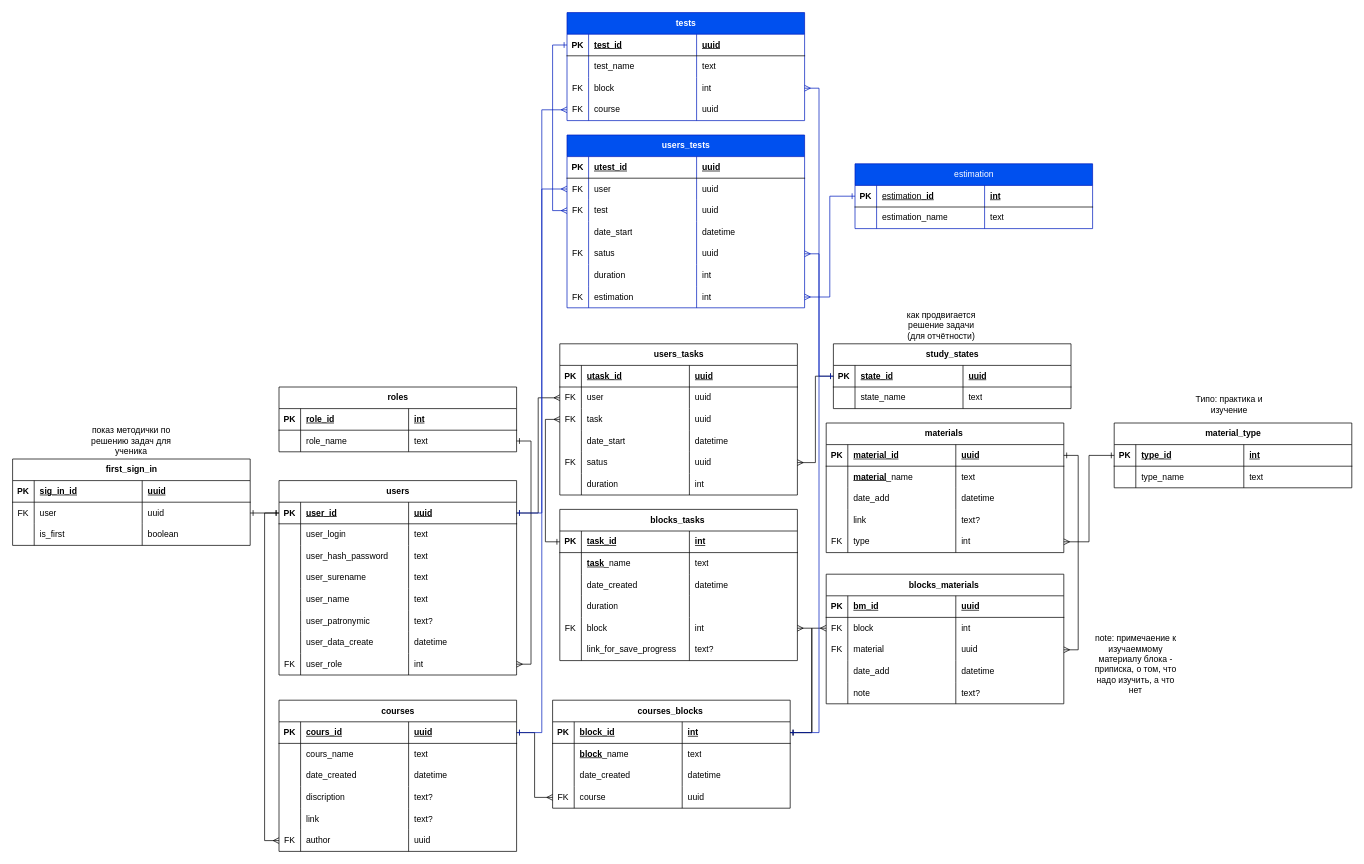
RangPinck/study_1c keeps this draw.io diagram as database/scheme/database_diagram.drawio. Above is the earlier version. Source tidied: cells renumbered, new cells numbered last; positions are measured from the earlier drawing's top-left corner, leaving out a move shared by most shapes. Both pictures are drawn from the tidied source at 72%, with x=0, y=0 at pixel (12, 12).
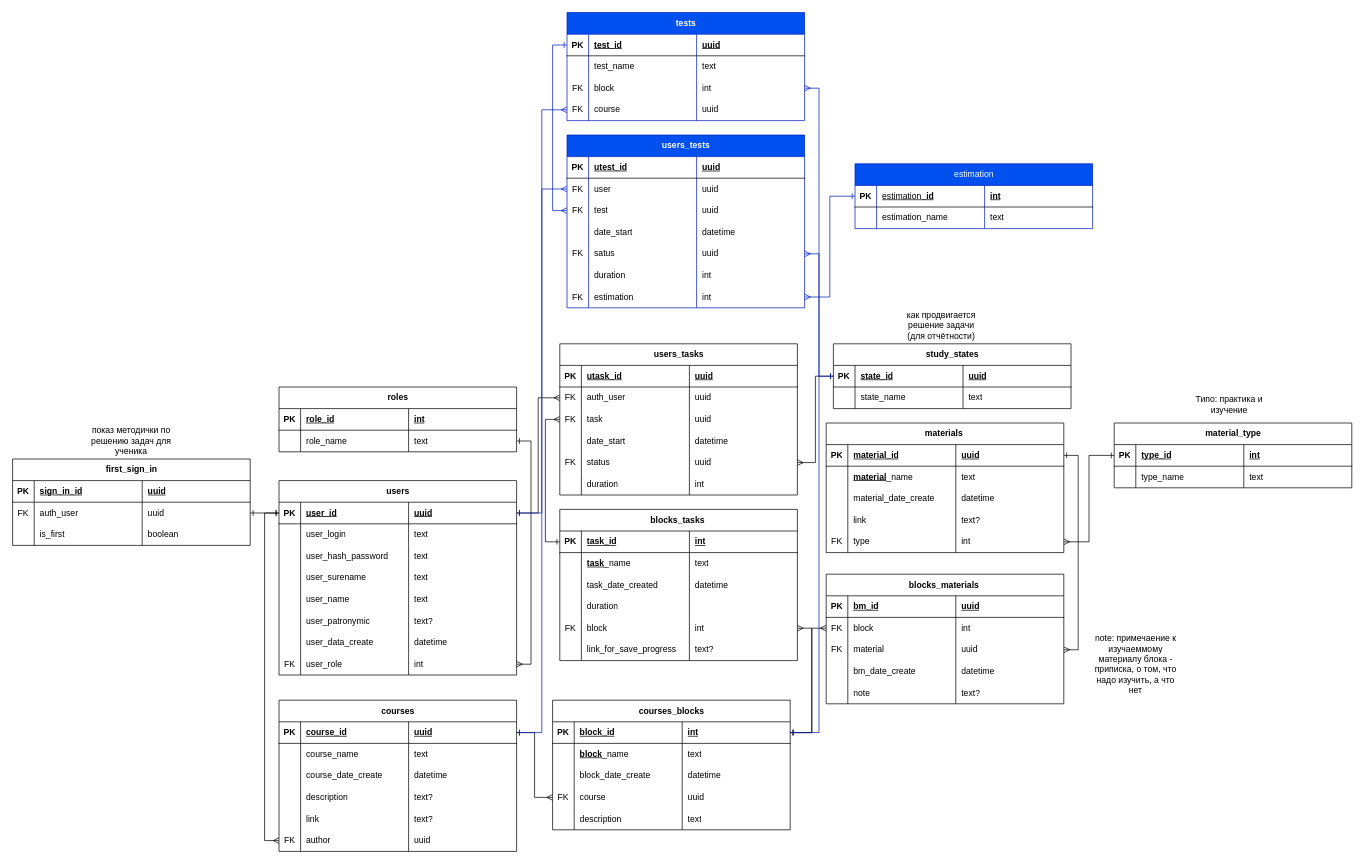
The same page after the edit.

The change refers to these unchanged cells:
```xml
<mxCell id="46" style="shape=tableRow;horizontal=0;startSize=0;swimlaneHead=0;swimlaneBody=0;fillColor=none;top=0;left=0;right=0;bottom=1;" parent="45" vertex="1">
  <mxGeometry y="30" width="330" height="30" as="geometry" />
</mxCell>
<mxCell id="50" style="shape=tableRow;horizontal=0;startSize=0;swimlaneHead=0;swimlaneBody=0;fillColor=none;points=[[0,0.5],[1,0.5]];portConstraint=eastwest;top=0;left=0;right=0;bottom=0;" parent="45" vertex="1">
  <mxGeometry y="60" width="330" height="30" as="geometry" />
</mxCell>
<mxCell id="69" style="shape=tableRow;horizontal=0;startSize=0;swimlaneHead=0;swimlaneBody=0;fillColor=none;points=[[0,0.5],[1,0.5]];portConstraint=eastwest;top=0;left=0;right=0;bottom=1;" parent="68" vertex="1">
  <mxGeometry y="30" width="330" height="30" as="geometry" />
</mxCell>
<mxCell id="73" style="shape=tableRow;horizontal=0;startSize=0;swimlaneHead=0;swimlaneBody=0;fillColor=none;top=0;left=0;right=0;bottom=0;" parent="68" vertex="1">
  <mxGeometry y="60" width="330" height="30" as="geometry" />
</mxCell>
<mxCell id="77" style="shape=tableRow;horizontal=0;startSize=0;swimlaneHead=0;swimlaneBody=0;fillColor=none;top=0;left=0;right=0;bottom=0;" parent="68" vertex="1">
  <mxGeometry y="90" width="330" height="30" as="geometry" />
</mxCell>
<mxCell id="81" style="shape=tableRow;horizontal=0;startSize=0;swimlaneHead=0;swimlaneBody=0;fillColor=none;top=0;left=0;right=0;bottom=0;" parent="68" vertex="1">
  <mxGeometry y="120" width="330" height="30" as="geometry" />
</mxCell>
<mxCell id="102" style="shape=tableRow;horizontal=0;startSize=0;swimlaneHead=0;swimlaneBody=0;fillColor=none;top=0;left=0;right=0;bottom=0;" parent="93" vertex="1">
  <mxGeometry y="90" width="330" height="30" as="geometry" />
</mxCell>
<mxCell id="120" style="shape=tableRow;horizontal=0;startSize=0;swimlaneHead=0;swimlaneBody=0;fillColor=none;top=0;left=0;right=0;bottom=0;" parent="111" vertex="1">
  <mxGeometry y="90" width="330" height="30" as="geometry" />
</mxCell>
<mxCell id="146" style="shape=tableRow;horizontal=0;startSize=0;swimlaneHead=0;swimlaneBody=0;fillColor=none;top=0;left=0;right=0;bottom=0;" parent="137" vertex="1">
  <mxGeometry y="90" width="330" height="30" as="geometry" />
</mxCell>
<mxCell id="171" style="shape=tableRow;horizontal=0;startSize=0;swimlaneHead=0;swimlaneBody=0;fillColor=none;top=0;left=0;right=0;bottom=0;" parent="158" vertex="1">
  <mxGeometry y="120" width="330" height="30" as="geometry" />
</mxCell>
<mxCell id="199" style="shape=tableRow;horizontal=0;startSize=0;swimlaneHead=0;swimlaneBody=0;fillColor=none;points=[[0,0.5],[1,0.5]];portConstraint=eastwest;top=0;left=0;right=0;bottom=0;" parent="194" vertex="1">
  <mxGeometry y="60" width="330" height="30" as="geometry" />
</mxCell>
<mxCell id="211" style="shape=tableRow;horizontal=0;startSize=0;swimlaneHead=0;swimlaneBody=0;fillColor=none;points=[[0,0.5],[1,0.5]];portConstraint=eastwest;top=0;left=0;right=0;bottom=0;" parent="194" vertex="1">
  <mxGeometry y="150" width="330" height="30" as="geometry" />
</mxCell>
```

The edit, as a diff of the source:
```diff
@@
-    <mxCell id="48" value="sig_in_id" style="shape=partialRectangle;fillColor=none;top=0;left=0;bottom=0;right=0;align=left;spacingLeft=6;fontStyle=5;overflow=hidden;whiteSpace=wrap;html=1;" parent="46" vertex="1">
+    <mxCell id="48" value="sign_in_id" style="shape=partialRectangle;fillColor=none;top=0;left=0;bottom=0;right=0;align=left;spacingLeft=6;fontStyle=5;overflow=hidden;whiteSpace=wrap;html=1;" parent="46" vertex="1">
       <mxGeometry x="30" width="150" height="30" as="geometry" />
     </mxCell>
@@
-    <mxCell id="52" value="user" style="shape=partialRectangle;fillColor=none;top=0;left=0;bottom=0;right=0;align=left;spacingLeft=6;overflow=hidden;whiteSpace=wrap;html=1;" parent="50" vertex="1">
+    <mxCell id="52" value="auth_user" style="shape=partialRectangle;fillColor=none;top=0;left=0;bottom=0;right=0;align=left;spacingLeft=6;overflow=hidden;whiteSpace=wrap;html=1;" parent="50" vertex="1">
       <mxGeometry x="30" width="150" height="30" as="geometry" />
     </mxCell>
@@
-    <mxCell id="71" value="cours_id" style="shape=partialRectangle;fillColor=none;top=0;left=0;bottom=0;right=0;align=left;spacingLeft=6;fontStyle=5;overflow=hidden;whiteSpace=wrap;html=1;" parent="69" vertex="1">
+    <mxCell id="71" value="course_id" style="shape=partialRectangle;fillColor=none;top=0;left=0;bottom=0;right=0;align=left;spacingLeft=6;fontStyle=5;overflow=hidden;whiteSpace=wrap;html=1;" parent="69" vertex="1">
       <mxGeometry x="30" width="150" height="30" as="geometry" />
     </mxCell>
@@
-    <mxCell id="75" value="cours_name" style="shape=partialRectangle;fillColor=none;top=0;left=0;bottom=0;right=0;align=left;spacingLeft=6;overflow=hidden;whiteSpace=wrap;html=1;" parent="73" vertex="1">
+    <mxCell id="75" value="course_name" style="shape=partialRectangle;fillColor=none;top=0;left=0;bottom=0;right=0;align=left;spacingLeft=6;overflow=hidden;whiteSpace=wrap;html=1;" parent="73" vertex="1">
       <mxGeometry x="30" width="150" height="30" as="geometry" />
     </mxCell>
@@
-    <mxCell id="79" value="date_created" style="shape=partialRectangle;fillColor=none;top=0;left=0;bottom=0;right=0;align=left;spacingLeft=6;overflow=hidden;whiteSpace=wrap;html=1;" parent="77" vertex="1">
+    <mxCell id="79" value="course_date_create" style="shape=partialRectangle;fillColor=none;top=0;left=0;bottom=0;right=0;align=left;spacingLeft=6;overflow=hidden;whiteSpace=wrap;html=1;" parent="77" vertex="1">
       <mxGeometry x="30" width="150" height="30" as="geometry" />
     </mxCell>
@@
-    <mxCell id="83" value="discription" style="shape=partialRectangle;fillColor=none;top=0;left=0;bottom=0;right=0;align=left;spacingLeft=6;overflow=hidden;whiteSpace=wrap;html=1;" parent="81" vertex="1">
+    <mxCell id="83" value="description" style="shape=partialRectangle;fillColor=none;top=0;left=0;bottom=0;right=0;align=left;spacingLeft=6;overflow=hidden;whiteSpace=wrap;html=1;" parent="81" vertex="1">
       <mxGeometry x="30" width="150" height="30" as="geometry" />
     </mxCell>
@@
-    <mxCell id="93" value="courses_blocks&amp;nbsp;" style="shape=table;startSize=30;childLayout=tableLayout;rowLines=0;fontStyle=1;align=center;html=1;" parent="1" vertex="1">
-      <mxGeometry x="750" y="955" width="330" height="150" as="geometry" />
+    <mxCell id="93" value="courses_blocks" style="shape=table;startSize=30;childLayout=tableLayout;rowLines=0;fontStyle=1;align=center;html=1;" parent="1" vertex="1">
+      <mxGeometry x="750" y="955" width="330" height="180" as="geometry" />
     </mxCell>
@@
-    <mxCell id="104" value="date_created" style="shape=partialRectangle;fillColor=none;top=0;left=0;bottom=0;right=0;align=left;spacingLeft=6;overflow=hidden;whiteSpace=wrap;html=1;" parent="102" vertex="1">
+    <mxCell id="104" value="block_date_create" style="shape=partialRectangle;fillColor=none;top=0;left=0;bottom=0;right=0;align=left;spacingLeft=6;overflow=hidden;whiteSpace=wrap;html=1;" parent="102" vertex="1">
       <mxGeometry x="30" width="150" height="30" as="geometry" />
     </mxCell>
@@
+    <mxCell id="285" style="shape=tableRow;horizontal=0;startSize=0;swimlaneHead=0;swimlaneBody=0;fillColor=none;top=0;left=0;right=0;bottom=0;" parent="93" vertex="1">
+      <mxGeometry y="150" width="330" height="30" as="geometry" />
+    </mxCell>
+    <mxCell id="286" style="shape=partialRectangle;fillColor=none;top=0;left=0;bottom=0;right=0;overflow=hidden;whiteSpace=wrap;html=1;" parent="285" vertex="1">
+      <mxGeometry width="30" height="30" as="geometry" />
+    </mxCell>
+    <mxCell id="287" value="description" style="shape=partialRectangle;fillColor=none;top=0;left=0;bottom=0;right=0;align=left;spacingLeft=6;overflow=hidden;whiteSpace=wrap;html=1;" parent="285" vertex="1">
+      <mxGeometry x="30" width="150" height="30" as="geometry" />
+    </mxCell>
+    <mxCell id="288" value="text" style="shape=partialRectangle;fillColor=none;top=0;left=0;bottom=0;right=0;align=left;spacingLeft=6;overflow=hidden;whiteSpace=wrap;html=1;" parent="285" vertex="1">
+      <mxGeometry x="180" width="150" height="30" as="geometry" />
+    </mxCell>
@@
-    <mxCell id="122" value="date_created" style="shape=partialRectangle;fillColor=none;top=0;left=0;bottom=0;right=0;align=left;spacingLeft=6;overflow=hidden;whiteSpace=wrap;html=1;" parent="120" vertex="1">
+    <mxCell id="122" value="task_date_created" style="shape=partialRectangle;fillColor=none;top=0;left=0;bottom=0;right=0;align=left;spacingLeft=6;overflow=hidden;whiteSpace=wrap;html=1;" parent="120" vertex="1">
       <mxGeometry x="30" width="150" height="30" as="geometry" />
     </mxCell>
@@
-    <mxCell id="148" value="date_add" style="shape=partialRectangle;fillColor=none;top=0;left=0;bottom=0;right=0;align=left;spacingLeft=6;overflow=hidden;whiteSpace=wrap;html=1;" parent="146" vertex="1">
+    <mxCell id="148" value="material_date_create" style="shape=partialRectangle;fillColor=none;top=0;left=0;bottom=0;right=0;align=left;spacingLeft=6;overflow=hidden;whiteSpace=wrap;html=1;" parent="146" vertex="1">
       <mxGeometry x="30" width="150" height="30" as="geometry" />
     </mxCell>
@@
-    <mxCell id="173" value="date_add" style="shape=partialRectangle;fillColor=none;top=0;left=0;bottom=0;right=0;align=left;spacingLeft=6;overflow=hidden;whiteSpace=wrap;html=1;" parent="171" vertex="1">
+    <mxCell id="173" value="bm_date_create" style="shape=partialRectangle;fillColor=none;top=0;left=0;bottom=0;right=0;align=left;spacingLeft=6;overflow=hidden;whiteSpace=wrap;html=1;" parent="171" vertex="1">
       <mxGeometry x="30" width="150" height="30" as="geometry" />
     </mxCell>
@@
-    <mxCell id="201" value="user" style="shape=partialRectangle;fillColor=none;top=0;left=0;bottom=0;right=0;align=left;spacingLeft=6;overflow=hidden;whiteSpace=wrap;html=1;" parent="199" vertex="1">
+    <mxCell id="201" value="auth_user" style="shape=partialRectangle;fillColor=none;top=0;left=0;bottom=0;right=0;align=left;spacingLeft=6;overflow=hidden;whiteSpace=wrap;html=1;" parent="199" vertex="1">
       <mxGeometry x="30" width="150" height="30" as="geometry" />
     </mxCell>
@@
-    <mxCell id="213" value="satus" style="shape=partialRectangle;fillColor=none;top=0;left=0;bottom=0;right=0;align=left;spacingLeft=6;overflow=hidden;whiteSpace=wrap;html=1;" parent="211" vertex="1">
+    <mxCell id="213" value="status" style="shape=partialRectangle;fillColor=none;top=0;left=0;bottom=0;right=0;align=left;spacingLeft=6;overflow=hidden;whiteSpace=wrap;html=1;" parent="211" vertex="1">
       <mxGeometry x="30" width="150" height="30" as="geometry" />
     </mxCell>
```
